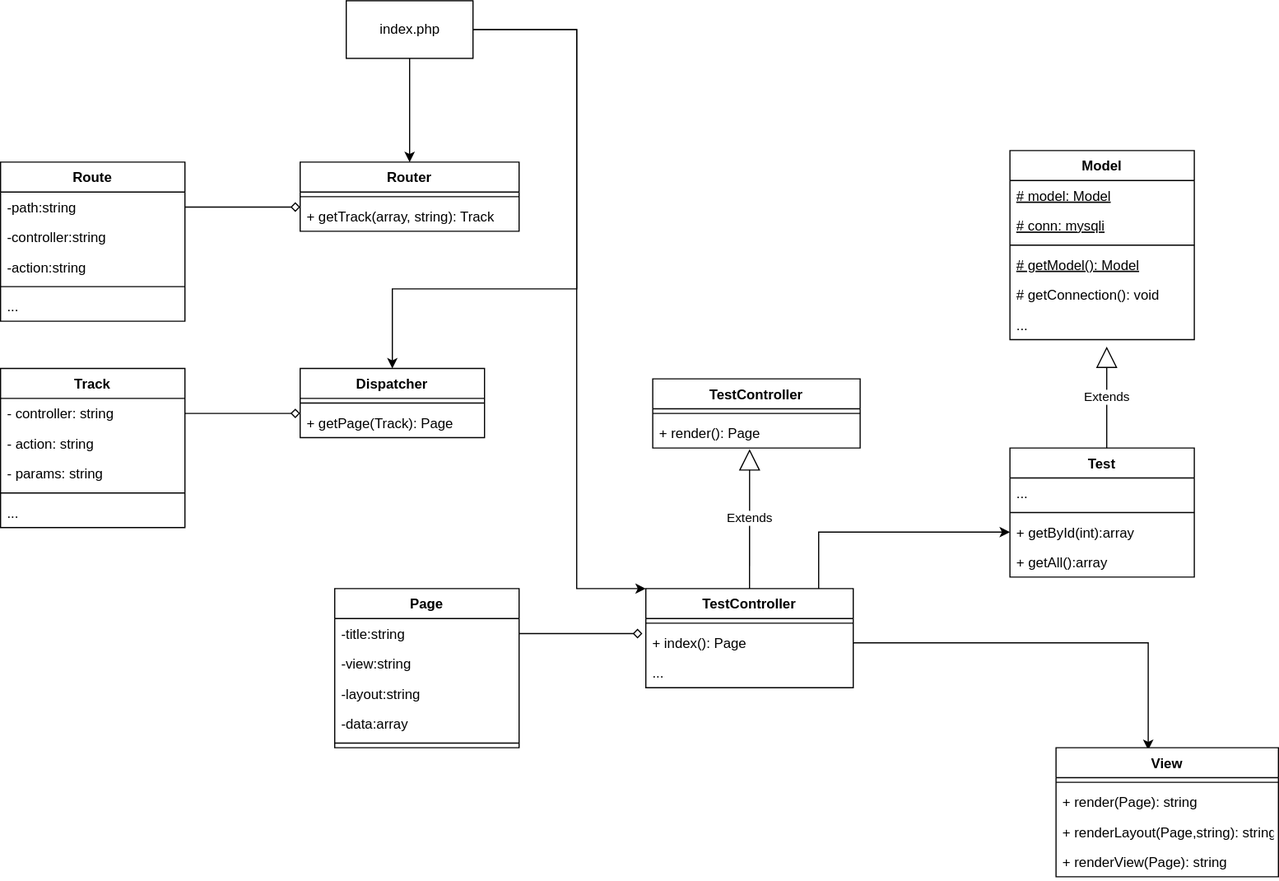
The draw.io diagram UML MVC.svg in devlubinets/mvcPractice, before a commit. Source tidied: cells renumbered, new cells last; positions are measured from the earlier drawing's top-left corner, leaving out a move shared by most shapes.
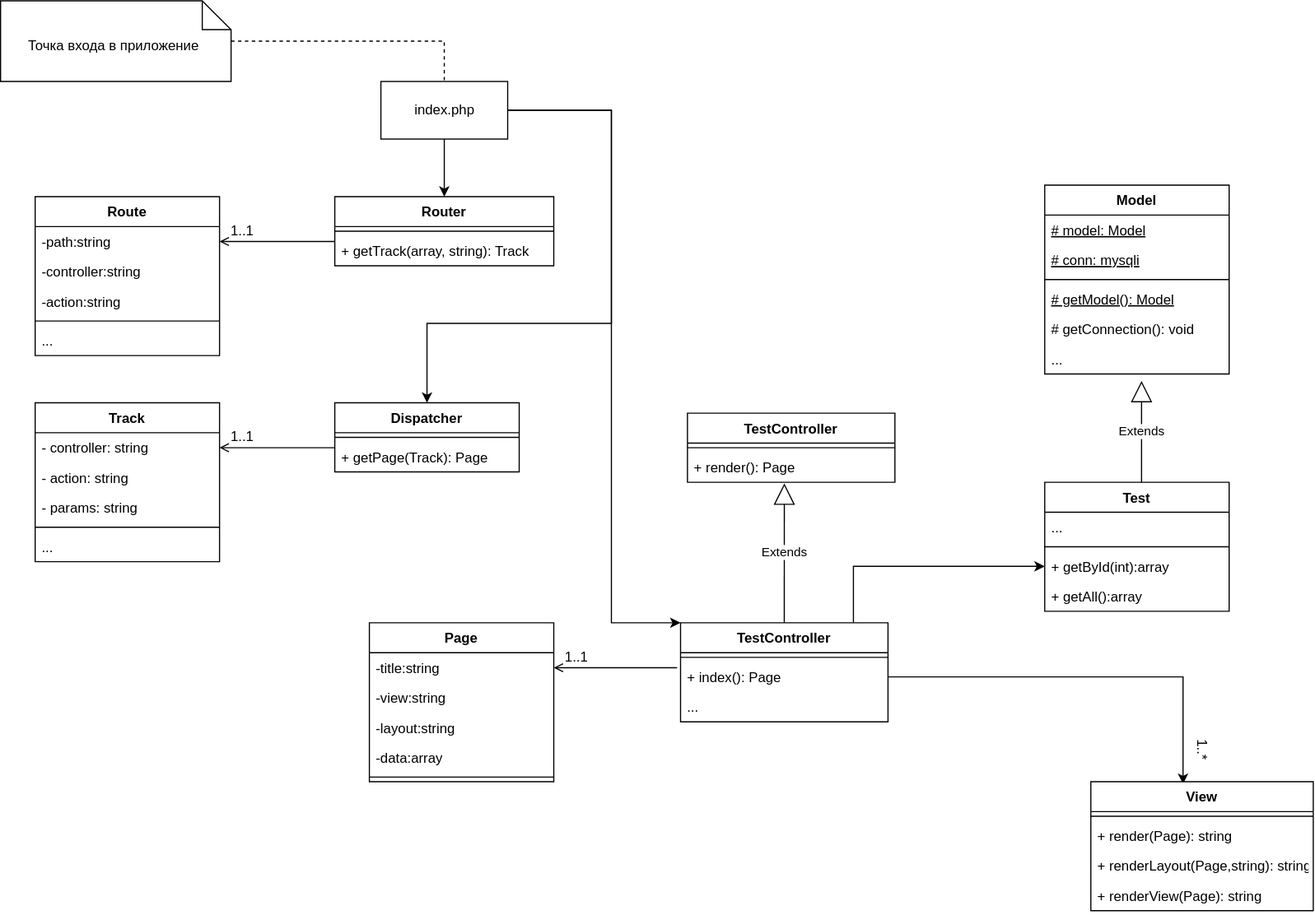
The same file after the commit.

Commit message:
Обновил UML диаграмму Model 2

Change to the diagram source:
```diff
@@ -59,7 +59,7 @@
     <mxCell id="18" style="line;strokeWidth=1;fillColor=none;align=left;verticalAlign=middle;spacingTop=-1;spacingLeft=3;spacingRight=3;labelPosition=right;" parent="13" vertex="1">
       <mxGeometry y="130" width="160" height="8" as="geometry" />
     </mxCell>
-    <mxCell id="19" style="edgeStyle=orthogonalEdgeStyle;rounded=0;jettySize=auto;html=1;entryX=1;entryY=0.5;entryDx=0;entryDy=0;startArrow=diamond;startFill=0;endArrow=none;endFill=0;" parent="1" edge="1" target="14">
+    <mxCell id="19" style="edgeStyle=orthogonalEdgeStyle;rounded=0;jettySize=auto;html=1;entryX=1;entryY=0.5;entryDx=0;entryDy=0;startArrow=none;startFill=0;endArrow=open;endFill=0;" parent="1" edge="1" target="14">
       <mxGeometry relative="1" as="geometry">
         <mxPoint x="557" y="549" as="sourcePoint" />
       </mxGeometry>
@@ -166,12 +166,12 @@
     <mxCell id="53" value="..." style="text;strokeColor=none;fillColor=none;align=left;verticalAlign=top;spacingLeft=4;spacingRight=4;overflow=hidden;" parent="48" vertex="1">
       <mxGeometry y="112" width="160" height="26" as="geometry" />
     </mxCell>
-    <mxCell id="54" style="edgeStyle=orthogonalEdgeStyle;rounded=0;jettySize=auto;html=1;endArrow=none;endFill=0;startArrow=diamond;startFill=0;" parent="1" edge="1" target="49">
+    <mxCell id="54" style="edgeStyle=orthogonalEdgeStyle;rounded=0;jettySize=auto;html=1;endArrow=open;endFill=0;startArrow=none;startFill=0;" parent="1" edge="1" target="49">
       <mxGeometry relative="1" as="geometry">
         <mxPoint x="260" y="179" as="sourcePoint" />
       </mxGeometry>
     </mxCell>
-    <mxCell id="55" style="edgeStyle=orthogonalEdgeStyle;rounded=0;jettySize=auto;html=1;entryX=1;entryY=0.5;entryDx=0;entryDy=0;startArrow=diamond;startFill=0;endArrow=none;endFill=0;" parent="1" edge="1" target="43">
+    <mxCell id="55" style="edgeStyle=orthogonalEdgeStyle;rounded=0;jettySize=auto;html=1;entryX=1;entryY=0.5;entryDx=0;entryDy=0;startArrow=none;startFill=0;endArrow=open;endFill=0;" parent="1" edge="1" target="43">
       <mxGeometry relative="1" as="geometry">
         <mxPoint x="260" y="358" as="sourcePoint" />
       </mxGeometry>
@@ -182,7 +182,7 @@
     <mxCell id="57" style="edgeStyle=orthogonalEdgeStyle;rounded=0;jettySize=auto;html=1;entryX=0.5;entryY=0;entryDx=0;entryDy=0;" parent="1" edge="1" source="59" target="39">
       <mxGeometry relative="1" as="geometry">
         <Array as="points">
-          <mxPoint x="500" y="25" />
+          <mxPoint x="500" y="65" />
           <mxPoint x="500" y="250" />
           <mxPoint x="340" y="250" />
         </Array>
@@ -191,13 +191,13 @@
     <mxCell id="58" style="edgeStyle=orthogonalEdgeStyle;rounded=0;jettySize=auto;html=1;entryX=0;entryY=0;entryDx=0;entryDy=0;" parent="1" edge="1" source="59" target="3">
       <mxGeometry relative="1" as="geometry">
         <Array as="points">
-          <mxPoint x="500" y="25" />
+          <mxPoint x="500" y="65" />
           <mxPoint x="500" y="510" />
         </Array>
       </mxGeometry>
     </mxCell>
     <mxCell id="59" value="index.php" style="html=1;" parent="1" vertex="1">
-      <mxGeometry x="300" width="110" height="50" as="geometry" />
+      <mxGeometry x="300" y="40" width="110" height="50" as="geometry" />
     </mxCell>
     <mxCell id="60" value="Extends" style="endArrow=block;endSize=16;endFill=0;html=1;exitX=0.5;exitY=0;exitDx=0;exitDy=0;" parent="1" edge="1">
       <mxGeometry relative="1" as="geometry">
@@ -205,5 +205,23 @@
         <mxPoint x="960" y="300" as="targetPoint" />
       </mxGeometry>
     </mxCell>
+    <mxCell id="61" value="1..1" style="text;html=1;strokeColor=none;fillColor=none;align=center;verticalAlign=middle;whiteSpace=wrap;rounded=0;" parent="1" vertex="1">
+      <mxGeometry x="160" y="160" width="40" height="20" as="geometry" />
+    </mxCell>
+    <mxCell id="62" value="1..1" style="text;html=1;strokeColor=none;fillColor=none;align=center;verticalAlign=middle;whiteSpace=wrap;rounded=0;" parent="1" vertex="1">
+      <mxGeometry x="160" y="339" width="40" height="20" as="geometry" />
+    </mxCell>
+    <mxCell id="63" value="1..1" style="text;html=1;strokeColor=none;fillColor=none;align=center;verticalAlign=middle;whiteSpace=wrap;rounded=0;" parent="1" vertex="1">
+      <mxGeometry x="450" y="530" width="40" height="20" as="geometry" />
+    </mxCell>
+    <mxCell id="64" value="1..*" style="text;html=1;strokeColor=none;fillColor=none;align=center;verticalAlign=middle;whiteSpace=wrap;rounded=0;rotation=90;" parent="1" vertex="1">
+      <mxGeometry x="992.5" y="610" width="40" height="20" as="geometry" />
+    </mxCell>
+    <mxCell id="65" style="edgeStyle=orthogonalEdgeStyle;rounded=0;jettySize=auto;html=1;entryX=0.5;entryY=0;entryDx=0;entryDy=0;startArrow=none;startFill=0;endArrow=none;endFill=0;dashed=1;" parent="1" edge="1" source="66" target="59">
+      <mxGeometry relative="1" as="geometry" />
+    </mxCell>
+    <mxCell id="66" value="Точка входа в приложение&amp;nbsp;" style="shape=note2;boundedLbl=1;whiteSpace=wrap;html=1;size=25;verticalAlign=top;align=center;" parent="1" vertex="1">
+      <mxGeometry x="-30" y="-30" width="200" height="70" as="geometry" />
+    </mxCell>
   </root>
 </mxGraphModel>
```
